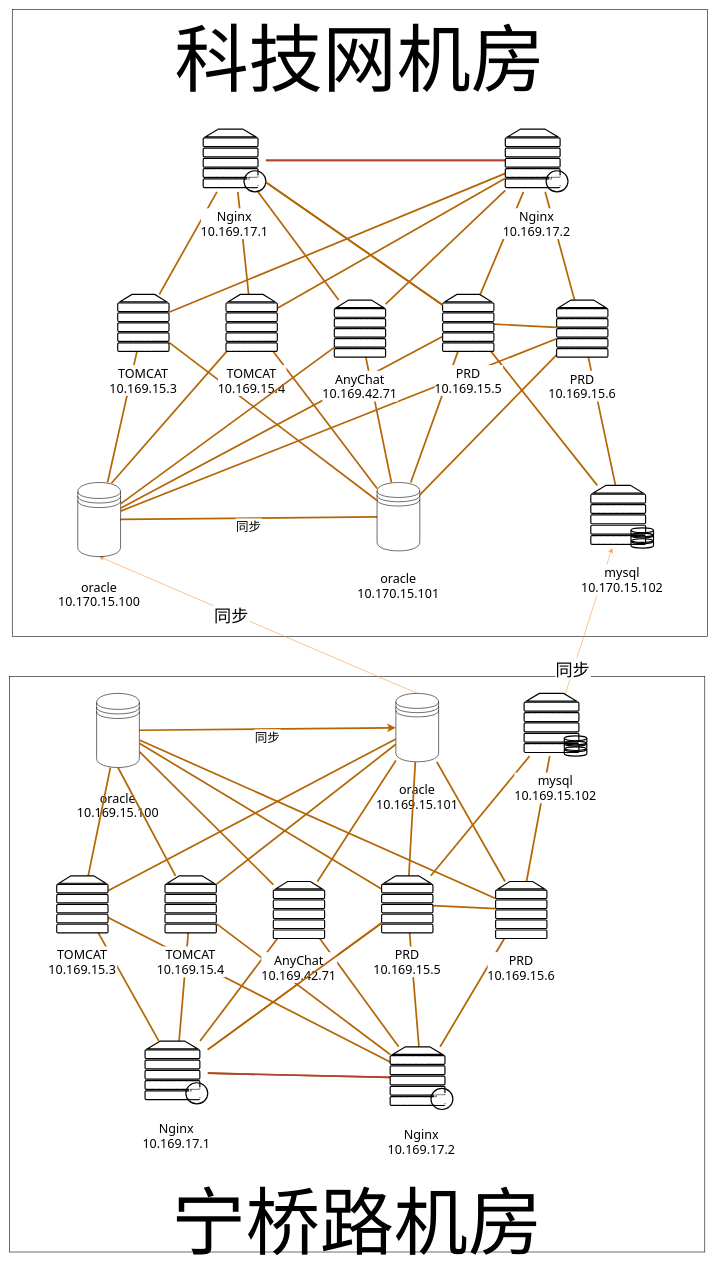
Earlier version of the draw.io diagram page "财人汇物理图" (1 of 4) of 财人汇物理.drawio (chengs2035/draw.io). Source tidied: cells renumbered, new cells numbered last; positions are measured from the earlier drawing's top-left corner, leaving out a move shared by most shapes. Both pictures are drawn from the tidied source at 57%, with x=0, y=0 at pixel (9, 9).
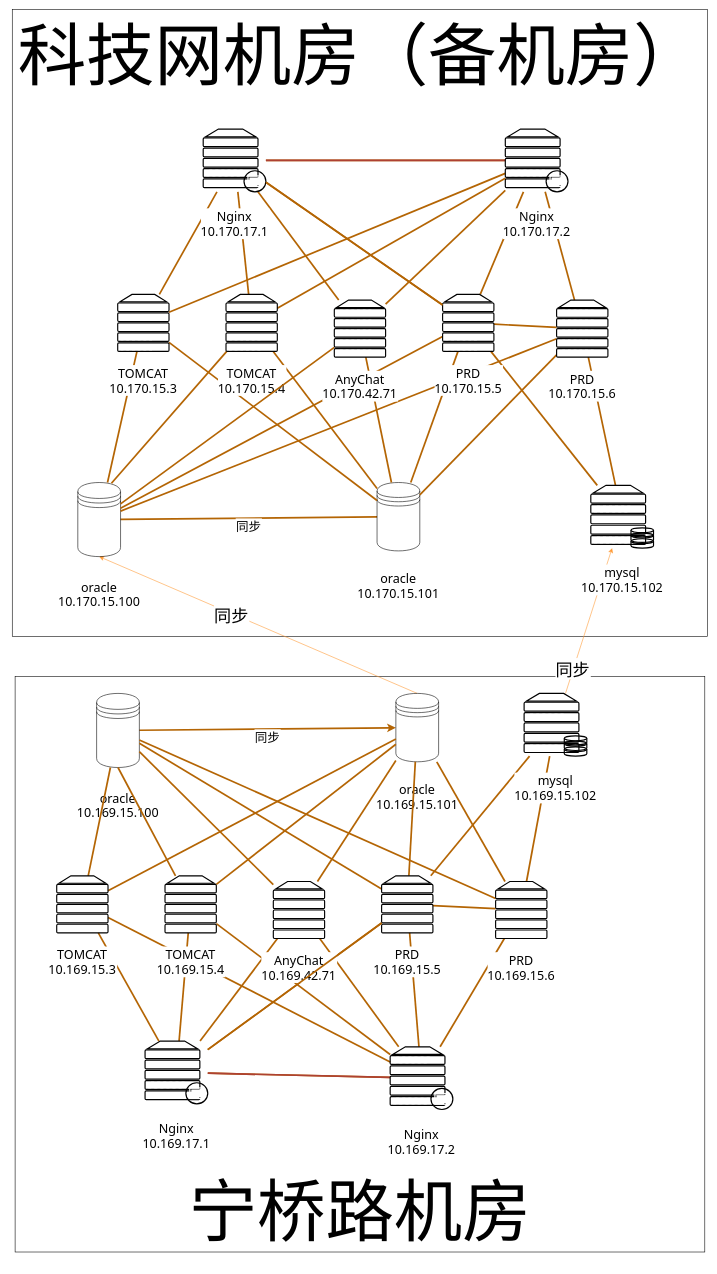
The same page after the edit.

Commit message (it also covers changes not shown here):
更新财人汇物理.drawio

Diff of the diagram source:
```diff
@@
-    <mxCell id="2" value="宁桥路机房" style="rounded=0;fontSize=130;verticalAlign=bottom;" parent="1" vertex="1">
-      <mxGeometry y="1170" width="1220" height="1010" as="geometry" />
+    <mxCell id="2" value="宁桥路机房" style="rounded=0;fontSize=120;verticalAlign=bottom;spacing=25;" parent="1" vertex="1">
+      <mxGeometry x="10" y="1170" width="1210" height="1010" as="geometry" />
     </mxCell>
-    <mxCell id="3" value="科技网机房" style="rounded=0;fontSize=130;verticalAlign=top;spacing=0;align=center;horizontal=1;" parent="1" vertex="1">
+    <mxCell id="3" value="科技网机房（备机房）" style="rounded=0;fontSize=120;verticalAlign=top;spacing=0;align=center;horizontal=1;" parent="1" vertex="1">
       <mxGeometry x="5" width="1220" height="1100" as="geometry" />
     </mxCell>
@@
-    <mxCell id="58" value="Nginx&#10;10.169.17.1" style="verticalAlign=middle;verticalLabelPosition=bottom;labelPosition=center;align=center;outlineConnect=0;fillColor=none;gradientDirection=north;strokeWidth=2;shape=mxgraph.networks.proxy_server;labelBackgroundColor=default;fontFamily=Tahoma;fontSize=22;" parent="1" vertex="1">
+    <mxCell id="58" value="Nginx&#10;10.170.17.1" style="verticalAlign=middle;verticalLabelPosition=bottom;labelPosition=center;align=center;outlineConnect=0;fillColor=none;gradientDirection=north;strokeWidth=2;shape=mxgraph.networks.proxy_server;labelBackgroundColor=default;fontFamily=Tahoma;fontSize=22;" parent="1" vertex="1">
       <mxGeometry x="340" y="210" width="110" height="110" as="geometry" />
     </mxCell>
@@
-    <mxCell id="61" value="TOMCAT&#10;10.169.15.3" style="verticalAlign=middle;verticalLabelPosition=bottom;labelPosition=center;align=center;outlineConnect=0;fillColor=none;gradientDirection=north;strokeWidth=2;shape=mxgraph.networks.server;labelBackgroundColor=default;fontFamily=Tahoma;fontSize=22;" parent="1" vertex="1">
+    <mxCell id="61" value="TOMCAT&#10;10.170.15.3" style="verticalAlign=middle;verticalLabelPosition=bottom;labelPosition=center;align=center;outlineConnect=0;fillColor=none;gradientDirection=north;strokeWidth=2;shape=mxgraph.networks.server;labelBackgroundColor=default;fontFamily=Tahoma;fontSize=22;" parent="1" vertex="1">
       <mxGeometry x="190" y="500" width="90" height="100" as="geometry" />
     </mxCell>
@@
-    <mxCell id="64" value="TOMCAT&#10;10.169.15.4" style="verticalAlign=middle;verticalLabelPosition=bottom;labelPosition=center;align=center;outlineConnect=0;fillColor=none;gradientDirection=north;strokeWidth=2;shape=mxgraph.networks.server;labelBackgroundColor=default;fontFamily=Tahoma;fontSize=22;" parent="1" vertex="1">
+    <mxCell id="64" value="TOMCAT&#10;10.170.15.4" style="verticalAlign=middle;verticalLabelPosition=bottom;labelPosition=center;align=center;outlineConnect=0;fillColor=none;gradientDirection=north;strokeWidth=2;shape=mxgraph.networks.server;labelBackgroundColor=default;fontFamily=Tahoma;fontSize=22;" parent="1" vertex="1">
       <mxGeometry x="380" y="500" width="90" height="100" as="geometry" />
     </mxCell>
@@
-    <mxCell id="71" value="PRD&#10;10.169.15.6" style="verticalAlign=middle;verticalLabelPosition=bottom;labelPosition=center;align=center;outlineConnect=0;fillColor=none;gradientDirection=north;strokeWidth=2;shape=mxgraph.networks.server;labelBackgroundColor=default;fontFamily=Tahoma;fontSize=22;" parent="1" vertex="1">
+    <mxCell id="71" value="PRD&#10;10.170.15.6" style="verticalAlign=middle;verticalLabelPosition=bottom;labelPosition=center;align=center;outlineConnect=0;fillColor=none;gradientDirection=north;strokeWidth=2;shape=mxgraph.networks.server;labelBackgroundColor=default;fontFamily=Tahoma;fontSize=22;" parent="1" vertex="1">
       <mxGeometry x="960" y="510" width="90" height="100" as="geometry" />
     </mxCell>
@@
-    <mxCell id="74" value="AnyChat&#10;10.169.42.71" style="verticalAlign=middle;verticalLabelPosition=bottom;labelPosition=center;align=center;outlineConnect=0;fillColor=none;gradientDirection=north;strokeWidth=2;shape=mxgraph.networks.server;labelBackgroundColor=default;fontFamily=Tahoma;fontSize=22;" parent="1" vertex="1">
+    <mxCell id="74" value="AnyChat&#10;10.170.42.71" style="verticalAlign=middle;verticalLabelPosition=bottom;labelPosition=center;align=center;outlineConnect=0;fillColor=none;gradientDirection=north;strokeWidth=2;shape=mxgraph.networks.server;labelBackgroundColor=default;fontFamily=Tahoma;fontSize=22;" parent="1" vertex="1">
       <mxGeometry x="570" y="510" width="90" height="100" as="geometry" />
     </mxCell>
@@
-    <mxCell id="77" value="Nginx&#10;10.169.17.2" style="verticalAlign=middle;verticalLabelPosition=bottom;labelPosition=center;align=center;outlineConnect=0;fillColor=none;gradientDirection=north;strokeWidth=2;shape=mxgraph.networks.proxy_server;labelBackgroundColor=default;fontFamily=Tahoma;fontSize=22;" parent="1" vertex="1">
+    <mxCell id="77" value="Nginx&#10;10.170.17.2" style="verticalAlign=middle;verticalLabelPosition=bottom;labelPosition=center;align=center;outlineConnect=0;fillColor=none;gradientDirection=north;strokeWidth=2;shape=mxgraph.networks.proxy_server;labelBackgroundColor=default;fontFamily=Tahoma;fontSize=22;" parent="1" vertex="1">
       <mxGeometry x="870" y="210" width="110" height="110" as="geometry" />
     </mxCell>
-    <mxCell id="78" value="PRD&#10;10.169.15.5" style="verticalAlign=middle;verticalLabelPosition=bottom;labelPosition=center;align=center;outlineConnect=0;fillColor=none;gradientDirection=north;strokeWidth=2;shape=mxgraph.networks.server;labelBackgroundColor=default;fontFamily=Tahoma;fontSize=22;" parent="1" vertex="1">
+    <mxCell id="78" value="PRD&#10;10.170.15.5" style="verticalAlign=middle;verticalLabelPosition=bottom;labelPosition=center;align=center;outlineConnect=0;fillColor=none;gradientDirection=north;strokeWidth=2;shape=mxgraph.networks.server;labelBackgroundColor=default;fontFamily=Tahoma;fontSize=22;" parent="1" vertex="1">
       <mxGeometry x="760" y="500" width="90" height="100" as="geometry" />
     </mxCell>
```
